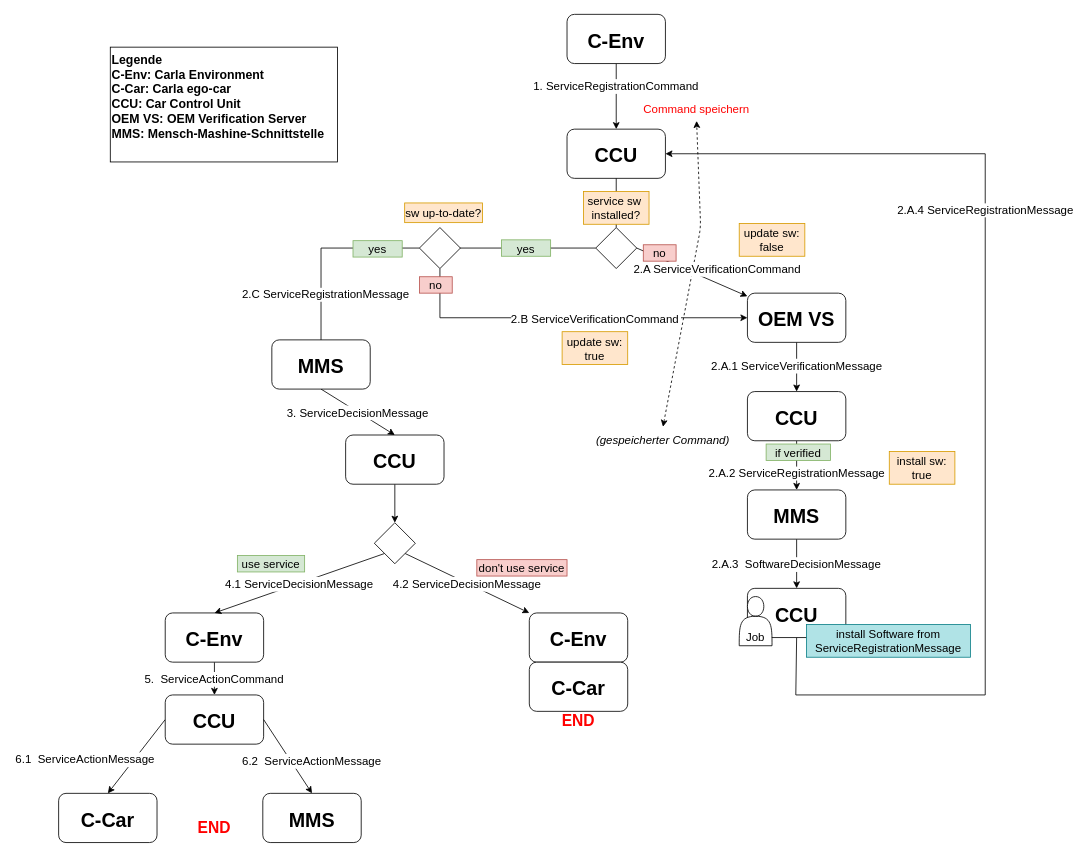
The draw.io diagram page "Communication" (3 of 3) of DrawIO_Diagrams/Model-and-Communication.drawio in hesty98/bachelorthesis, before the edit. Source tidied: cells renumbered, new cells numbered last; positions are measured from the earlier drawing's top-left corner, leaving out a move shared by most shapes. Both pictures are drawn from the tidied source at 82%, with x=0, y=0 at pixel (58, 14).
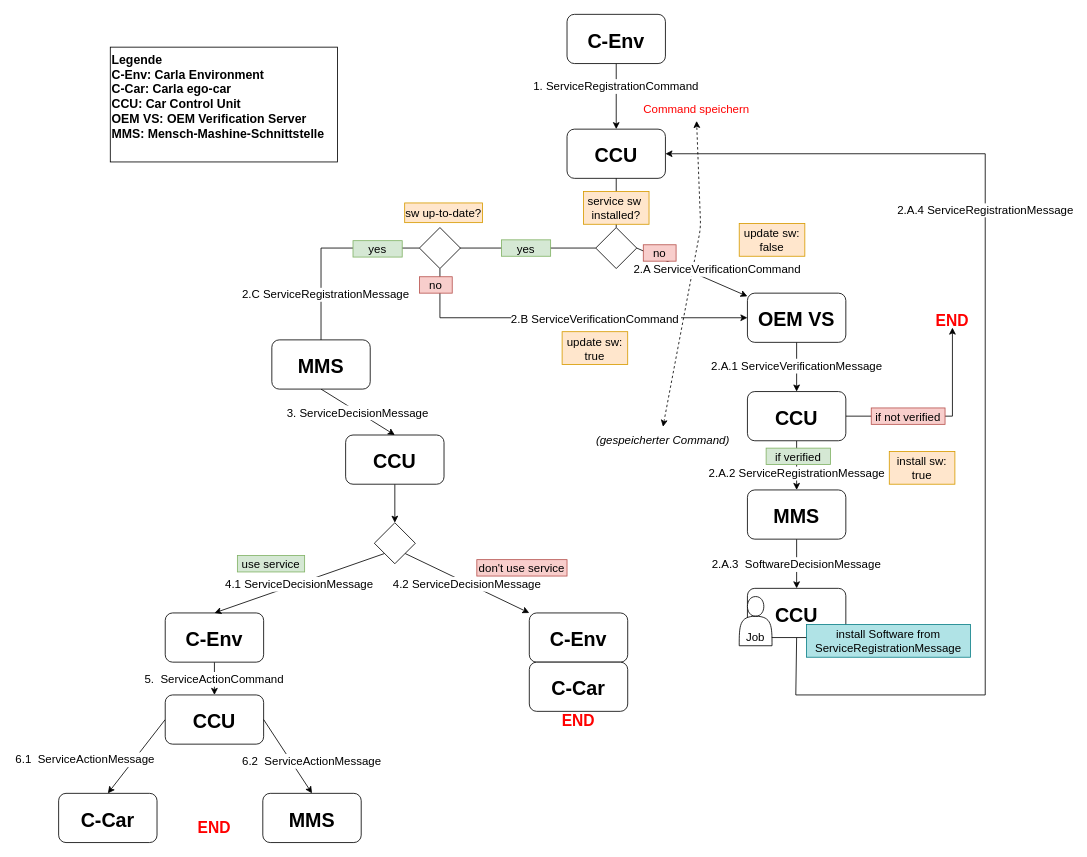
The same diagram, later.

The change refers to these unchanged cells:
```xml
<mxCell id="21" value="CCU" style="rounded=1;fillColor=#FFFFFF;gradientColor=none;fontStyle=1;fontSize=24;" parent="1" vertex="1">
  <mxGeometry x="840" y="460" width="120" height="60" as="geometry" />
</mxCell>
```

Change to the diagram source:
```diff
@@
+    <mxCell id="60" style="edgeStyle=orthogonalEdgeStyle;rounded=0;jettySize=auto;html=1;exitX=1;exitY=0.5;exitDx=0;exitDy=0;entryX=0.5;entryY=1;entryDx=0;entryDy=0;" parent="1" edge="1" source="21" target="62">
+      <mxGeometry relative="1" as="geometry" />
+    </mxCell>
@@
     <mxCell id="57" value="if verified" style="text;strokeColor=#82b366;fillColor=#d5e8d4;align=center;verticalAlign=middle;rounded=0;fontSize=14;" parent="1" vertex="1">
-      <mxGeometry x="862.8" y="524" width="78.5" height="20" as="geometry" />
+      <mxGeometry x="862.8" y="529" width="78.5" height="20" as="geometry" />
     </mxCell>
@@
+    <mxCell id="61" value="if not verified" style="text;strokeColor=#b85450;fillColor=#f8cecc;align=center;verticalAlign=middle;rounded=0;fontSize=14;" parent="1" vertex="1">
+      <mxGeometry x="991" y="480" width="90" height="20" as="geometry" />
+    </mxCell>
+    <mxCell id="62" value="END" style="text;strokeColor=none;fillColor=none;align=center;verticalAlign=middle;rounded=0;fontSize=19;fontColor=#FF0000;fontStyle=1;" parent="1" vertex="1">
+      <mxGeometry x="1050" y="362" width="80" height="20" as="geometry" />
+    </mxCell>
```
